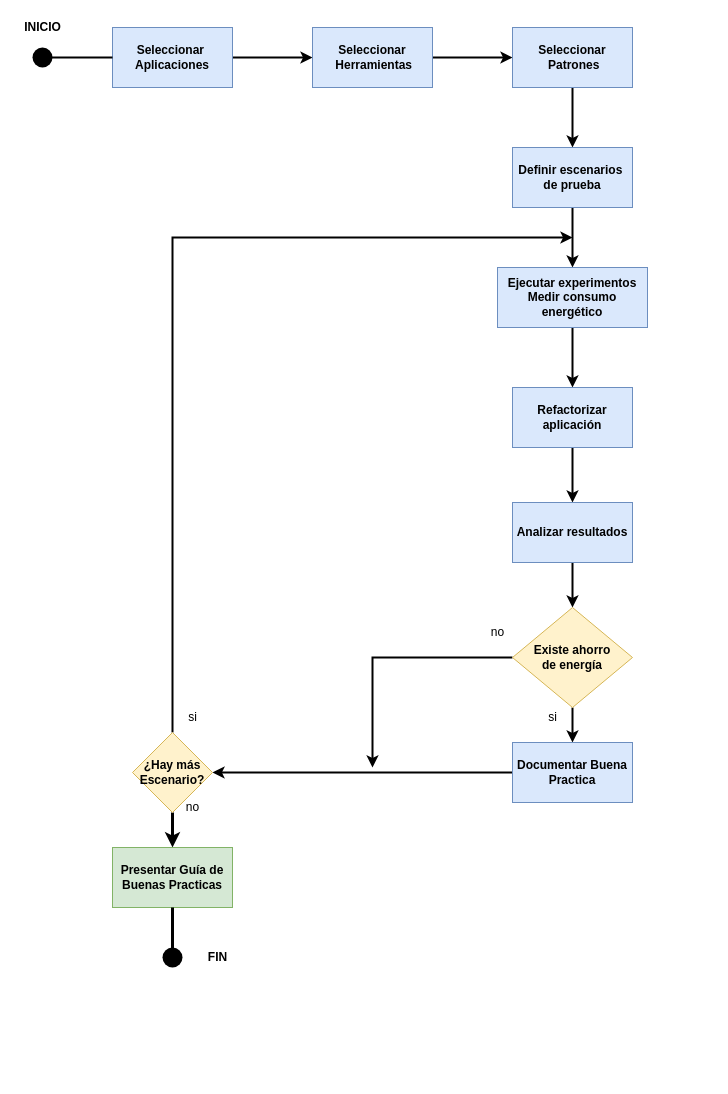
Before: Estrategia de trabajo.drawio in XimenaB01/AgendaDocente, a draw.io diagram. Source tidied: cells renumbered, new cells numbered last; positions are measured from the earlier drawing's top-left corner, leaving out a move shared by most shapes. Both pictures are drawn from the tidied source at 100%, with x=0, y=0 at pixel (17, 17).
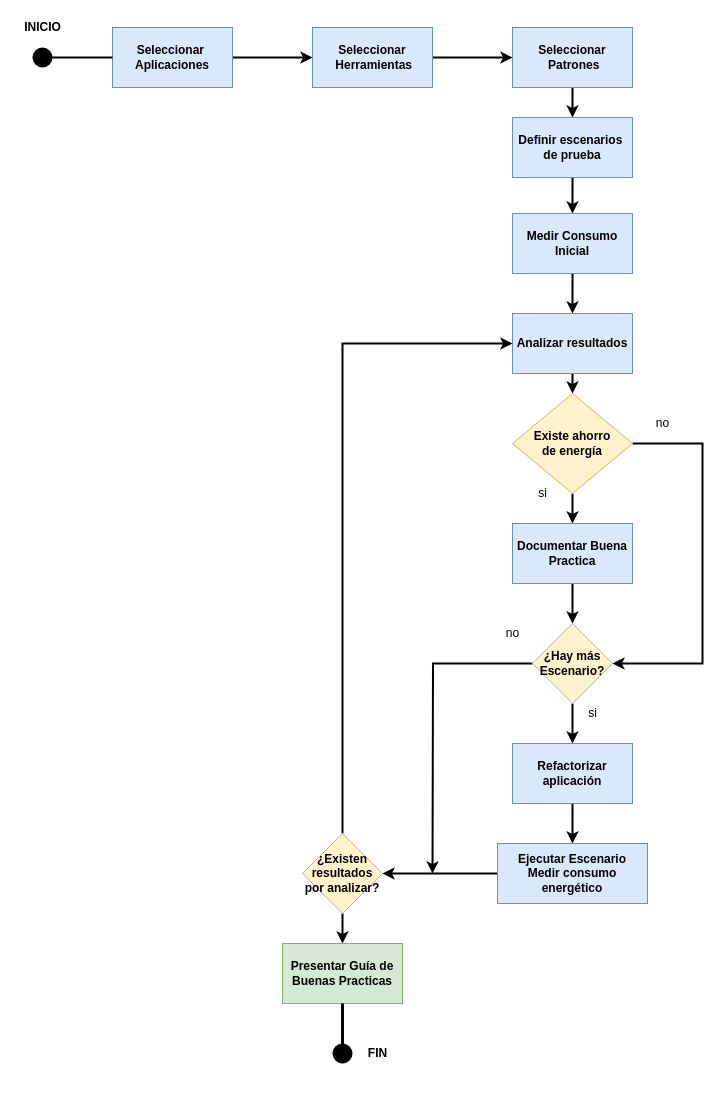
The same page after the edit.

What changed in the source:
```diff
@@
-    <mxCell id="8" style="edgeStyle=orthogonalEdgeStyle;rounded=0;jettySize=auto;html=1;strokeWidth=2;" parent="1" edge="1" source="9" target="11">
-      <mxGeometry relative="1" as="geometry" />
-    </mxCell>
+    <mxCell id="36" style="edgeStyle=orthogonalEdgeStyle;rounded=0;jettySize=auto;html=1;entryX=0.5;entryY=0;entryDx=0;entryDy=0;strokeWidth=2;" parent="1" edge="1" source="9" target="48">
+      <mxGeometry relative="1" as="geometry" />
+    </mxCell>
     <mxCell id="9" value="&lt;b&gt;Definir escenarios&amp;nbsp;&lt;br&gt;de prueba&lt;/b&gt;" style="rounded=0;whiteSpace=wrap;html=1;fillColor=#dae8fc;strokeColor=#6c8ebf;" parent="1" vertex="1">
-      <mxGeometry x="495" y="130" width="120" height="60" as="geometry" />
+      <mxGeometry x="495" y="100" width="120" height="60" as="geometry" />
     </mxCell>
-    <mxCell id="10" style="edgeStyle=orthogonalEdgeStyle;rounded=0;jettySize=auto;html=1;strokeWidth=2;" parent="1" edge="1" source="11" target="13">
-      <mxGeometry relative="1" as="geometry" />
-    </mxCell>
-    <mxCell id="11" value="&lt;b&gt;Ejecutar experimentos&lt;/b&gt;&lt;br&gt;&lt;b&gt;Medir consumo energético&lt;/b&gt;" style="rounded=0;whiteSpace=wrap;html=1;fillColor=#dae8fc;strokeColor=#6c8ebf;" parent="1" vertex="1">
-      <mxGeometry x="480" y="250" width="150" height="60" as="geometry" />
-    </mxCell>
-    <mxCell id="12" style="edgeStyle=orthogonalEdgeStyle;rounded=0;jettySize=auto;html=1;strokeWidth=2;" parent="1" edge="1" source="13" target="15">
-      <mxGeometry relative="1" as="geometry" />
-    </mxCell>
-    <mxCell id="13" value="&lt;b&gt;Refactorizar aplicación&lt;/b&gt;" style="whiteSpace=wrap;html=1;fillColor=#dae8fc;strokeColor=#6c8ebf;rounded=0;" parent="1" vertex="1">
-      <mxGeometry x="495" y="370" width="120" height="60" as="geometry" />
-    </mxCell>
-    <mxCell id="14" style="edgeStyle=orthogonalEdgeStyle;rounded=0;jettySize=auto;html=1;strokeWidth=2;exitX=0.5;exitY=1;exitDx=0;exitDy=0;" parent="1" edge="1" source="15" target="18">
-      <mxGeometry relative="1" as="geometry" />
-    </mxCell>
-    <mxCell id="15" value="&lt;b&gt;Analizar resultados&lt;/b&gt;" style="whiteSpace=wrap;html=1;fillColor=#dae8fc;strokeColor=#6c8ebf;rounded=0;" parent="1" vertex="1">
-      <mxGeometry x="495" y="485" width="120" height="60" as="geometry" />
-    </mxCell>
-    <mxCell id="16" style="edgeStyle=orthogonalEdgeStyle;rounded=0;jettySize=auto;html=1;strokeWidth=2;exitX=0;exitY=0.5;exitDx=0;exitDy=0;" parent="1" edge="1" source="18">
-      <mxGeometry relative="1" as="geometry">
-        <mxPoint x="355" y="750" as="targetPoint" />
-        <Array as="points">
-          <mxPoint x="355" y="640" />
-        </Array>
-      </mxGeometry>
-    </mxCell>
-    <mxCell id="17" style="edgeStyle=orthogonalEdgeStyle;rounded=0;jettySize=auto;html=1;strokeWidth=2;" parent="1" edge="1" source="18" target="21">
-      <mxGeometry relative="1" as="geometry" />
-    </mxCell>
-    <mxCell id="18" value="&lt;b&gt;Existe ahorro de&amp;nbsp;energía&lt;/b&gt;" style="rhombus;whiteSpace=wrap;html=1;fillColor=#fff2cc;strokeColor=#d6b656;rounded=0;" parent="1" vertex="1">
-      <mxGeometry x="495" y="590" width="120" height="100" as="geometry" />
-    </mxCell>
-    <mxCell id="19" value="no" style="text;html=1;align=center;verticalAlign=middle;strokeColor=none;fillColor=none;" parent="1" vertex="1">
-      <mxGeometry x="465" y="605" width="30" height="20" as="geometry" />
-    </mxCell>
-    <mxCell id="20" style="edgeStyle=orthogonalEdgeStyle;rounded=0;jettySize=auto;html=1;strokeWidth=2;entryX=1;entryY=0.5;entryDx=0;entryDy=0;" parent="1" edge="1" source="21" target="25">
-      <mxGeometry relative="1" as="geometry" />
-    </mxCell>
-    <mxCell id="21" value="&lt;b&gt;Documentar Buena Practica&lt;/b&gt;" style="whiteSpace=wrap;html=1;fillColor=#dae8fc;strokeColor=#6c8ebf;rounded=0;" parent="1" vertex="1">
-      <mxGeometry x="495" y="725" width="120" height="60" as="geometry" />
-    </mxCell>
-    <mxCell id="22" value="si" style="text;html=1;align=center;verticalAlign=middle;strokeColor=none;fillColor=none;" parent="1" vertex="1">
-      <mxGeometry x="525" y="690" width="20" height="20" as="geometry" />
-    </mxCell>
-    <mxCell id="23" style="edgeStyle=orthogonalEdgeStyle;rounded=0;jettySize=auto;html=1;strokeWidth=2;" parent="1" edge="1" source="25">
-      <mxGeometry relative="1" as="geometry">
-        <mxPoint x="555" y="220" as="targetPoint" />
-        <Array as="points">
-          <mxPoint x="155" y="220" />
-        </Array>
-      </mxGeometry>
-    </mxCell>
-    <mxCell id="24" style="edgeStyle=orthogonalEdgeStyle;rounded=0;jettySize=auto;html=1;entryX=0.5;entryY=0;entryDx=0;entryDy=0;strokeWidth=3;" parent="1" edge="1" source="25" target="33">
-      <mxGeometry relative="1" as="geometry" />
-    </mxCell>
-    <mxCell id="25" value="&lt;b&gt;¿Hay más Escenario?&lt;/b&gt;" style="rhombus;whiteSpace=wrap;html=1;fillColor=#fff2cc;strokeColor=#d6b656;rounded=0;" parent="1" vertex="1">
-      <mxGeometry x="115" y="715" width="80" height="80" as="geometry" />
-    </mxCell>
-    <mxCell id="26" value="si" style="text;html=1;align=center;verticalAlign=middle;strokeColor=none;fillColor=none;" parent="1" vertex="1">
-      <mxGeometry x="165" y="690" width="20" height="20" as="geometry" />
-    </mxCell>
-    <mxCell id="27" value="no" style="text;html=1;align=center;verticalAlign=middle;strokeColor=none;fillColor=none;" parent="1" vertex="1">
-      <mxGeometry x="160" y="780" width="30" height="20" as="geometry" />
-    </mxCell>
-    <mxCell id="28" value="&lt;b&gt;FIN&lt;/b&gt;" style="text;html=1;align=center;verticalAlign=middle;strokeColor=none;fillColor=none;" parent="1" vertex="1">
-      <mxGeometry x="185" y="930" width="30" height="20" as="geometry" />
-    </mxCell>
@@
-    <mxCell id="32" style="edgeStyle=orthogonalEdgeStyle;rounded=0;jettySize=auto;html=1;strokeWidth=3;startArrow=none;" parent="1" edge="1" source="34">
-      <mxGeometry relative="1" as="geometry">
-        <mxPoint x="155" y="940" as="targetPoint" />
-      </mxGeometry>
-    </mxCell>
+    <mxCell id="37" style="edgeStyle=orthogonalEdgeStyle;rounded=0;orthogonalLoop=1;jettySize=auto;html=1;strokeWidth=2;" parent="1" edge="1">
+      <mxGeometry relative="1" as="geometry">
+        <mxPoint x="555" y="226" as="sourcePoint" />
+        <mxPoint x="555" y="296" as="targetPoint" />
+      </mxGeometry>
+    </mxCell>
+    <mxCell id="38" style="edgeStyle=orthogonalEdgeStyle;rounded=0;orthogonalLoop=1;jettySize=auto;html=1;strokeWidth=2;" parent="1" edge="1">
+      <mxGeometry relative="1" as="geometry">
+        <mxPoint x="555" y="356" as="sourcePoint" />
+        <mxPoint x="555" y="376" as="targetPoint" />
+      </mxGeometry>
+    </mxCell>
+    <mxCell id="17" style="edgeStyle=orthogonalEdgeStyle;rounded=0;jettySize=auto;html=1;strokeWidth=2;" parent="1" edge="1" source="18" target="21">
+      <mxGeometry relative="1" as="geometry" />
+    </mxCell>
+    <mxCell id="39" style="edgeStyle=orthogonalEdgeStyle;rounded=0;jettySize=auto;html=1;entryX=1;entryY=0.5;entryDx=0;entryDy=0;strokeWidth=2;" parent="1" edge="1" source="18" target="25">
+      <mxGeometry relative="1" as="geometry">
+        <Array as="points">
+          <mxPoint x="685" y="426" />
+          <mxPoint x="685" y="646" />
+        </Array>
+      </mxGeometry>
+    </mxCell>
+    <mxCell id="18" value="&lt;b&gt;Existe ahorro de&amp;nbsp;energía&lt;/b&gt;" style="rhombus;whiteSpace=wrap;html=1;fillColor=#fff2cc;strokeColor=#d6b656;rounded=0;" parent="1" vertex="1">
+      <mxGeometry x="495" y="376" width="120" height="100" as="geometry" />
+    </mxCell>
+    <mxCell id="40" value="no" style="text;html=1;align=center;verticalAlign=middle;strokeColor=none;fillColor=none;" parent="1" vertex="1">
+      <mxGeometry x="630" y="396" width="30" height="20" as="geometry" />
+    </mxCell>
+    <mxCell id="41" style="edgeStyle=orthogonalEdgeStyle;rounded=0;jettySize=auto;html=1;strokeWidth=2;exitX=0.5;exitY=1;exitDx=0;exitDy=0;" parent="1" edge="1" source="21">
+      <mxGeometry relative="1" as="geometry">
+        <mxPoint x="555" y="606" as="targetPoint" />
+      </mxGeometry>
+    </mxCell>
+    <mxCell id="21" value="&lt;b&gt;Documentar Buena Practica&lt;/b&gt;" style="whiteSpace=wrap;html=1;fillColor=#dae8fc;strokeColor=#6c8ebf;rounded=0;" parent="1" vertex="1">
+      <mxGeometry x="495" y="506" width="120" height="60" as="geometry" />
+    </mxCell>
+    <mxCell id="42" value="si" style="text;html=1;align=center;verticalAlign=middle;strokeColor=none;fillColor=none;" parent="1" vertex="1">
+      <mxGeometry x="515" y="466" width="20" height="20" as="geometry" />
+    </mxCell>
+    <mxCell id="43" value="si" style="text;html=1;align=center;verticalAlign=middle;strokeColor=none;fillColor=none;" parent="1" vertex="1">
+      <mxGeometry x="565" y="686" width="20" height="20" as="geometry" />
+    </mxCell>
+    <mxCell id="44" value="no" style="text;html=1;align=center;verticalAlign=middle;strokeColor=none;fillColor=none;" parent="1" vertex="1">
+      <mxGeometry x="480" y="606" width="30" height="20" as="geometry" />
+    </mxCell>
+    <mxCell id="28" value="&lt;b&gt;FIN&lt;/b&gt;" style="text;html=1;align=center;verticalAlign=middle;strokeColor=none;fillColor=none;" parent="1" vertex="1">
+      <mxGeometry x="345" y="1026" width="30" height="20" as="geometry" />
+    </mxCell>
+    <mxCell id="45" style="edgeStyle=orthogonalEdgeStyle;rounded=0;jettySize=auto;html=1;strokeWidth=3;startArrow=none;" parent="1" edge="1" source="46">
+      <mxGeometry relative="1" as="geometry">
+        <mxPoint x="325" y="1036" as="targetPoint" />
+      </mxGeometry>
+    </mxCell>
     <mxCell id="33" value="&lt;b&gt;Presentar Guía&amp;nbsp;de Buenas Practicas&lt;/b&gt;" style="whiteSpace=wrap;html=1;fillColor=#d5e8d4;strokeColor=#82b366;rounded=0;" parent="1" vertex="1">
-      <mxGeometry x="95" y="830" width="120" height="60" as="geometry" />
+      <mxGeometry x="265" y="926" width="120" height="60" as="geometry" />
     </mxCell>
-    <mxCell id="34" style="shape=waypoint;sketch=0;size=6;points=[];fillColor=#000000;perimeter=centerPerimeter;snapToPoint=1;strokeColor=#000000;rounded=0;strokeWidth=8;" parent="1" vertex="1">
-      <mxGeometry x="135" y="920" width="40" height="40" as="geometry" />
-    </mxCell>
-    <mxCell id="35" style="edgeStyle=orthogonalEdgeStyle;rounded=0;jettySize=auto;html=1;strokeWidth=3;endArrow=none;" parent="1" edge="1" source="33" target="34">
-      <mxGeometry relative="1" as="geometry" />
-    </mxCell>
+    <mxCell id="46" style="shape=waypoint;sketch=0;size=6;points=[];fillColor=#000000;perimeter=centerPerimeter;snapToPoint=1;strokeColor=#000000;rounded=0;strokeWidth=8;" parent="1" vertex="1">
+      <mxGeometry x="305" y="1016" width="40" height="40" as="geometry" />
+    </mxCell>
+    <mxCell id="47" style="edgeStyle=orthogonalEdgeStyle;rounded=0;jettySize=auto;html=1;strokeWidth=3;endArrow=none;exitX=0.5;exitY=1;exitDx=0;exitDy=0;" parent="1" edge="1" source="33" target="46">
+      <mxGeometry relative="1" as="geometry" />
+    </mxCell>
+    <mxCell id="48" value="&lt;b&gt;Medir Consumo Inicial&lt;/b&gt;" style="rounded=0;whiteSpace=wrap;html=1;fillColor=#dae8fc;strokeColor=#6c8ebf;" parent="1" vertex="1">
+      <mxGeometry x="495" y="196" width="120" height="60" as="geometry" />
+    </mxCell>
+    <mxCell id="15" value="&lt;b&gt;Analizar resultados&lt;/b&gt;" style="whiteSpace=wrap;html=1;fillColor=#dae8fc;strokeColor=#6c8ebf;rounded=0;" parent="1" vertex="1">
+      <mxGeometry x="495" y="296" width="120" height="60" as="geometry" />
+    </mxCell>
+    <mxCell id="49" style="edgeStyle=orthogonalEdgeStyle;rounded=0;jettySize=auto;html=1;entryX=0.5;entryY=0;entryDx=0;entryDy=0;strokeWidth=2;" parent="1" edge="1" source="13" target="51">
+      <mxGeometry relative="1" as="geometry" />
+    </mxCell>
+    <mxCell id="13" value="&lt;b&gt;Refactorizar aplicación&lt;/b&gt;" style="whiteSpace=wrap;html=1;fillColor=#dae8fc;strokeColor=#6c8ebf;rounded=0;" parent="1" vertex="1">
+      <mxGeometry x="495" y="726" width="120" height="60" as="geometry" />
+    </mxCell>
+    <mxCell id="50" style="edgeStyle=orthogonalEdgeStyle;rounded=0;jettySize=auto;html=1;strokeWidth=2;" parent="1" edge="1" source="51" target="56">
+      <mxGeometry relative="1" as="geometry" />
+    </mxCell>
+    <mxCell id="51" value="&lt;b&gt;Ejecutar Escenario&lt;/b&gt;&lt;br&gt;&lt;b&gt;Medir consumo energético&lt;/b&gt;" style="rounded=0;whiteSpace=wrap;html=1;fillColor=#dae8fc;strokeColor=#6c8ebf;" parent="1" vertex="1">
+      <mxGeometry x="480" y="826" width="150" height="60" as="geometry" />
+    </mxCell>
+    <mxCell id="52" style="edgeStyle=orthogonalEdgeStyle;rounded=0;jettySize=auto;html=1;entryX=0.5;entryY=0;entryDx=0;entryDy=0;strokeWidth=2;" parent="1" edge="1" source="25" target="13">
+      <mxGeometry relative="1" as="geometry" />
+    </mxCell>
+    <mxCell id="53" style="edgeStyle=orthogonalEdgeStyle;rounded=0;jettySize=auto;html=1;strokeWidth=2;" parent="1" edge="1" source="25">
+      <mxGeometry relative="1" as="geometry">
+        <mxPoint x="415" y="856" as="targetPoint" />
+      </mxGeometry>
+    </mxCell>
+    <mxCell id="25" value="&lt;b&gt;¿Hay más Escenario?&lt;/b&gt;" style="rhombus;whiteSpace=wrap;html=1;fillColor=#fff2cc;strokeColor=#d6b656;rounded=0;" parent="1" vertex="1">
+      <mxGeometry x="515" y="606" width="80" height="80" as="geometry" />
+    </mxCell>
+    <mxCell id="54" style="edgeStyle=orthogonalEdgeStyle;rounded=0;jettySize=auto;html=1;entryX=0.5;entryY=0;entryDx=0;entryDy=0;strokeWidth=2;" parent="1" edge="1" source="56" target="33">
+      <mxGeometry relative="1" as="geometry" />
+    </mxCell>
+    <mxCell id="55" style="edgeStyle=orthogonalEdgeStyle;rounded=0;jettySize=auto;html=1;entryX=0;entryY=0.5;entryDx=0;entryDy=0;strokeWidth=2;" parent="1" edge="1" source="56" target="15">
+      <mxGeometry relative="1" as="geometry">
+        <Array as="points">
+          <mxPoint x="325" y="326" />
+        </Array>
+      </mxGeometry>
+    </mxCell>
+    <mxCell id="56" value="&lt;b&gt;¿Existen resultados por analizar?&lt;/b&gt;" style="rhombus;whiteSpace=wrap;html=1;fillColor=#fff2cc;strokeColor=#d6b656;rounded=0;" parent="1" vertex="1">
+      <mxGeometry x="285" y="816" width="80" height="80" as="geometry" />
+    </mxCell>
```
